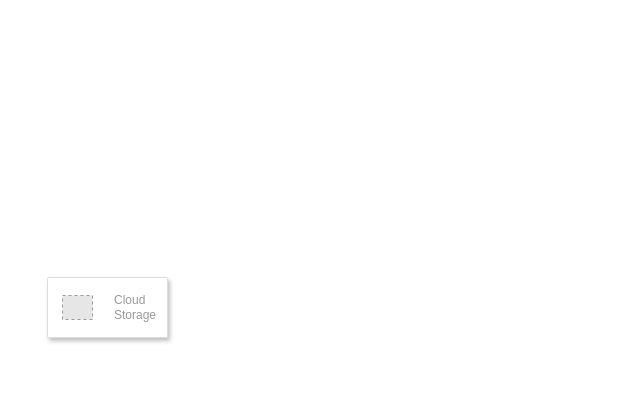
Above: page "overall-architecture" (1 of 2) of sura-ai-document-classification.drawio in rmontecinocleverit/clever-diagrams (draw.io), before the change. Source tidied: cells renumbered, new cells numbered last; positions are measured from the earlier drawing's top-left corner, leaving out a move shared by most shapes. Both pictures are drawn from the tidied source at 100%, with x=0, y=0 at pixel (47, 277). Pictures stored in the file or linked from it are replaced by grey dashed boxes.
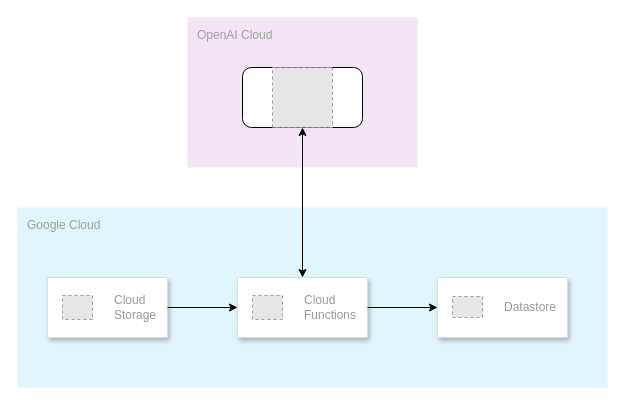
Above is the later version.

What changed in the source:
```diff
@@
 <mxGraphModel>
   <root>
     <mxCell id="0" />
     <mxCell id="1" parent="0" />
+    <mxCell id="4" value="Google Cloud" style="sketch=0;rounded=1;absoluteArcSize=1;arcSize=2;html=1;strokeColor=none;gradientColor=none;shadow=0;dashed=0;fontSize=12;fontColor=#9E9E9E;align=left;verticalAlign=top;spacing=10;spacingTop=-4;whiteSpace=wrap;fillColor=#E1F5FE;" parent="1" vertex="1">
+      <mxGeometry x="-30" y="-70" width="590" height="180" as="geometry" />
+    </mxCell>
     <mxCell id="2" style="strokeColor=#dddddd;shadow=1;strokeWidth=1;rounded=1;absoluteArcSize=1;arcSize=2;" parent="1" vertex="1">
       <mxGeometry width="120" height="60" as="geometry" />
     </mxCell>
     <mxCell id="3" value="Cloud&#10;Storage" style="fillColor=#E6E6E6;strokeColor=#999999;dashed=1;html=1;fontColor=#999999;verticalLabelPosition=middle;labelBackgroundColor=#ffffff;verticalAlign=middle;labelPosition=right;align=left;spacingLeft=20;" parent="2" vertex="1">
       <mxGeometry width="30" height="24" relative="1" as="geometry">
         <mxPoint x="15" y="18" as="offset" />
       </mxGeometry>
     </mxCell>
+    <mxCell id="5" style="strokeColor=#dddddd;shadow=1;strokeWidth=1;rounded=1;absoluteArcSize=1;arcSize=2;" parent="1" vertex="1">
+      <mxGeometry x="190" width="130" height="60" as="geometry" />
+    </mxCell>
+    <mxCell id="6" value="Cloud&#10;Functions" style="fillColor=#E6E6E6;strokeColor=#999999;dashed=1;html=1;fontColor=#999999;verticalLabelPosition=middle;labelBackgroundColor=#ffffff;verticalAlign=middle;labelPosition=right;align=left;spacingLeft=20;" parent="5" vertex="1">
+      <mxGeometry width="30" height="24" relative="1" as="geometry">
+        <mxPoint x="15" y="18" as="offset" />
+      </mxGeometry>
+    </mxCell>
+    <mxCell id="7" style="strokeColor=#dddddd;shadow=1;strokeWidth=1;rounded=1;absoluteArcSize=1;arcSize=2;" parent="1" vertex="1">
+      <mxGeometry x="390" width="130" height="60" as="geometry" />
+    </mxCell>
+    <mxCell id="8" value="Datastore" style="fillColor=#E6E6E6;strokeColor=#999999;dashed=1;html=1;fontColor=#999999;verticalLabelPosition=middle;labelBackgroundColor=#ffffff;verticalAlign=middle;labelPosition=right;align=left;spacingLeft=20;" parent="7" vertex="1">
+      <mxGeometry width="30" height="21" relative="1" as="geometry">
+        <mxPoint x="15" y="19" as="offset" />
+      </mxGeometry>
+    </mxCell>
+    <mxCell id="9" style="endArrow=classic;html=1;rounded=0;exitX=1;exitY=0.5;exitDx=0;exitDy=0;entryX=0;entryY=0.5;entryDx=0;entryDy=0;" parent="1" edge="1" source="2" target="5">
+      <mxGeometry relative="1" as="geometry" />
+    </mxCell>
+    <mxCell id="10" style="endArrow=classic;html=1;rounded=0;exitX=1;exitY=0.5;exitDx=0;exitDy=0;entryX=0;entryY=0.5;entryDx=0;entryDy=0;" parent="1" edge="1" source="5" target="7">
+      <mxGeometry relative="1" as="geometry" />
+    </mxCell>
+    <mxCell id="11" value="OpenAI Cloud" style="sketch=0;rounded=1;absoluteArcSize=1;arcSize=2;html=1;strokeColor=none;gradientColor=none;shadow=0;dashed=0;fontSize=12;fontColor=#9E9E9E;align=left;verticalAlign=top;spacing=10;spacingTop=-4;whiteSpace=wrap;fillColor=#F3E5F5;" parent="1" vertex="1">
+      <mxGeometry x="140" y="-260" width="230" height="150" as="geometry" />
+    </mxCell>
+    <mxCell id="12" style="group;" parent="1" vertex="1">
+      <mxGeometry x="195" y="-210" width="120" height="60" as="geometry" />
+    </mxCell>
+    <mxCell id="13" style="rounded=1;whiteSpace=wrap;html=1;" parent="12" vertex="1">
+      <mxGeometry width="120" height="60" as="geometry" />
+    </mxCell>
+    <mxCell id="14" style="fillColor=#E6E6E6;strokeColor=#999999;dashed=1;verticalLabelPosition=bottom;labelBackgroundColor=default;verticalAlign=top;" parent="12" vertex="1">
+      <mxGeometry x="30" width="60" height="60" as="geometry" />
+    </mxCell>
+    <mxCell id="15" style="endArrow=classic;startArrow=classic;html=1;rounded=0;entryX=0.5;entryY=1;entryDx=0;entryDy=0;exitX=0.5;exitY=0;exitDx=0;exitDy=0;" parent="1" edge="1" source="5" target="14">
+      <mxGeometry relative="1" as="geometry" />
+    </mxCell>
   </root>
 </mxGraphModel>
```
